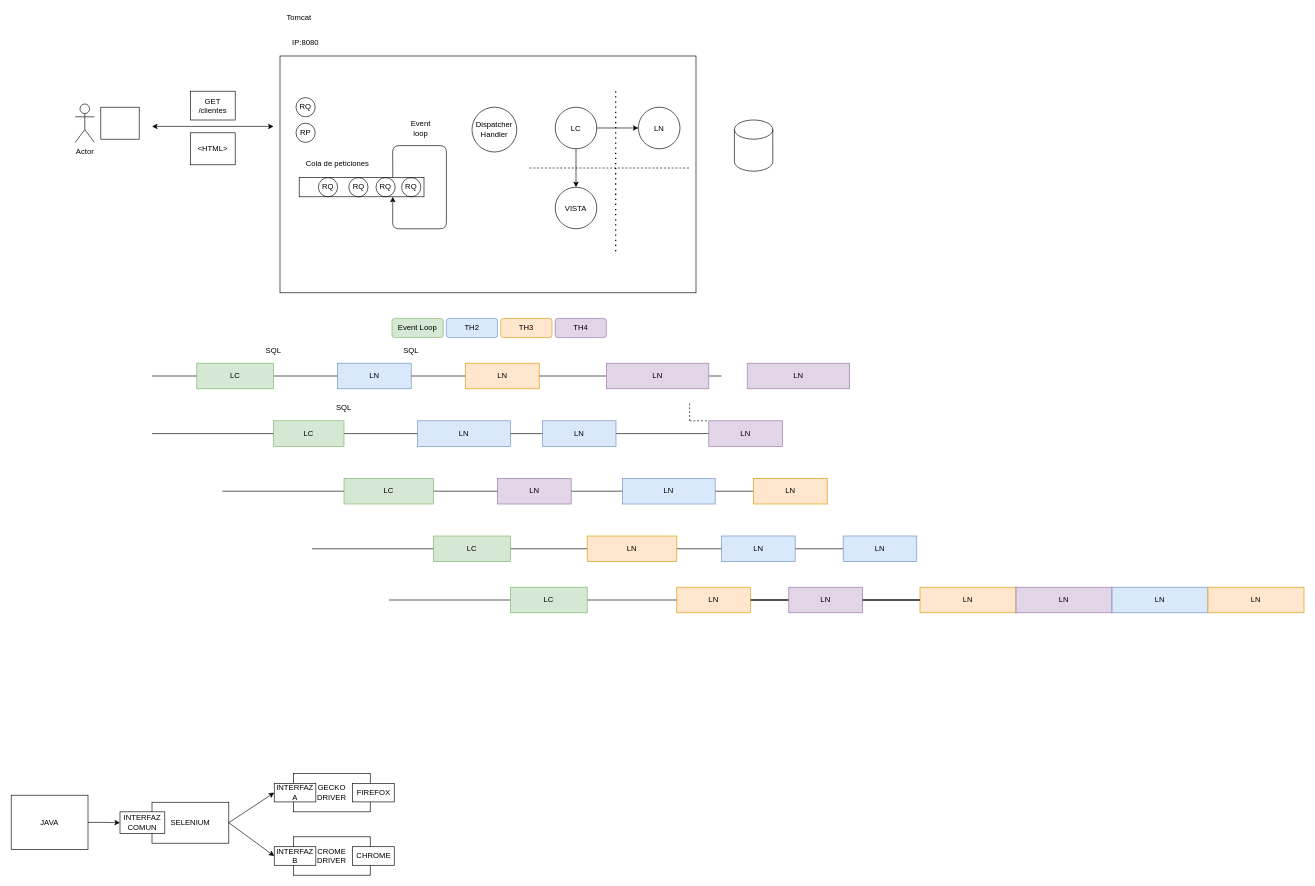
Before: page "Página-2" (2 of 5) of webflux_mutua.drawio in lrag/WebFlux, a draw.io diagram. Source tidied: cells renumbered, new cells numbered last; positions are measured from the earlier drawing's top-left corner, leaving out a move shared by most shapes. Both pictures are drawn from the tidied source at 64%, with x=0, y=0 at pixel (11, 11).
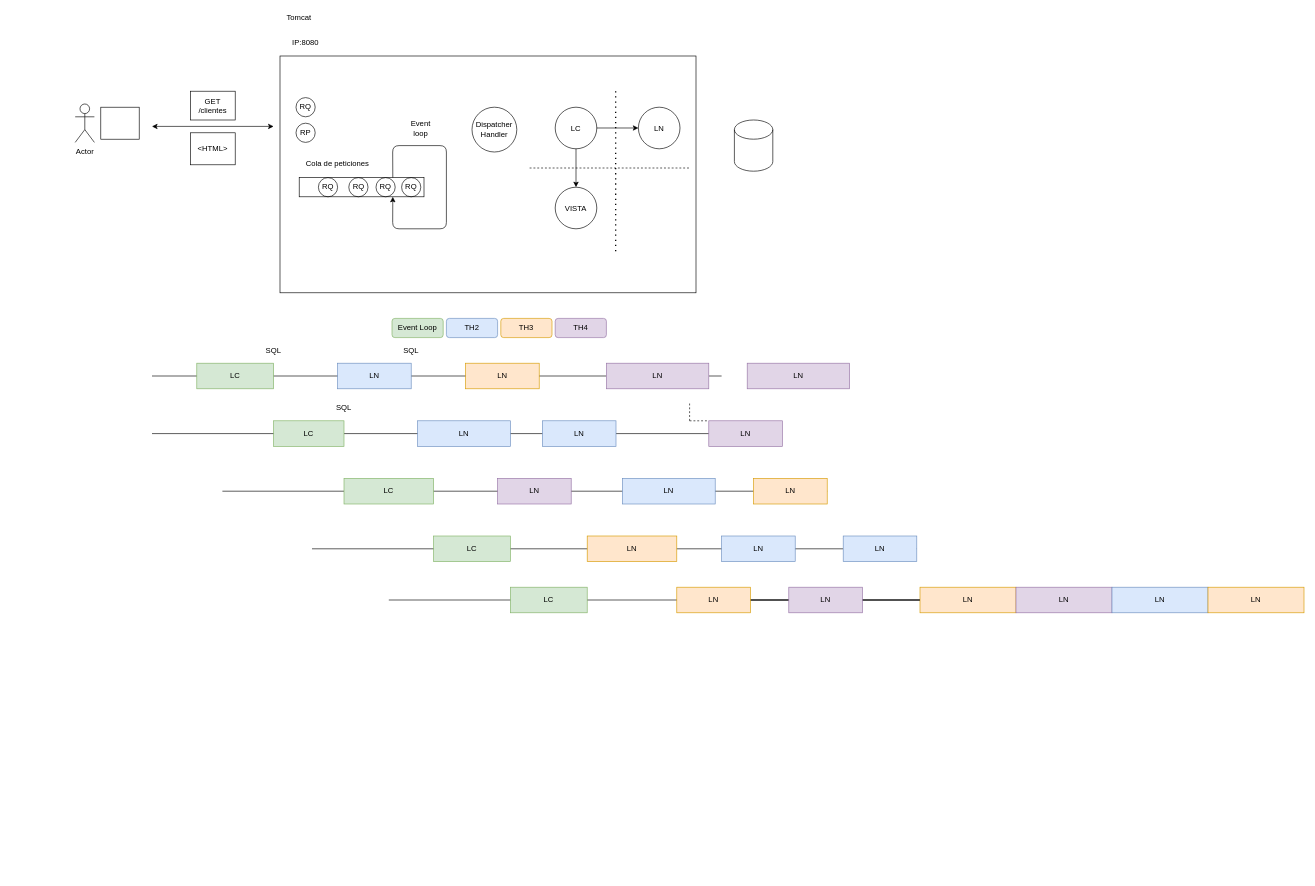
After the change.

Diff of the diagram source:
```diff
@@
-    <mxCell id="72" style="rounded=0;whiteSpace=wrap;html=1;fillColor=none;" parent="1" vertex="1">
-      <mxGeometry x="441" y="1191" width="120" height="60" as="geometry" />
-    </mxCell>
-    <mxCell id="73" value="FIREFOX" style="rounded=0;whiteSpace=wrap;html=1;" parent="1" vertex="1">
-      <mxGeometry x="533.5" y="1206.5" width="65" height="29" as="geometry" />
-    </mxCell>
-    <mxCell id="74" value="INTERFAZ&lt;br&gt;A" style="rounded=0;whiteSpace=wrap;html=1;" parent="1" vertex="1">
-      <mxGeometry x="411" y="1206.5" width="65" height="29" as="geometry" />
-    </mxCell>
-    <mxCell id="75" style="rounded=0;whiteSpace=wrap;html=1;fillColor=none;" parent="1" vertex="1">
-      <mxGeometry x="441" y="1290" width="120" height="60" as="geometry" />
-    </mxCell>
-    <mxCell id="76" value="CHROME" style="rounded=0;whiteSpace=wrap;html=1;" parent="1" vertex="1">
-      <mxGeometry x="533.5" y="1305.5" width="65" height="29" as="geometry" />
-    </mxCell>
-    <mxCell id="77" value="INTERFAZ&lt;br&gt;B" style="rounded=0;whiteSpace=wrap;html=1;" parent="1" vertex="1">
-      <mxGeometry x="411" y="1305.5" width="65" height="29" as="geometry" />
-    </mxCell>
-    <mxCell id="78" value="SELENIUM" style="rounded=0;whiteSpace=wrap;html=1;fillColor=#ffffff;" parent="1" vertex="1">
-      <mxGeometry x="220" y="1236" width="120" height="64" as="geometry" />
-    </mxCell>
-    <mxCell id="79" style="endArrow=classic;html=1;exitX=1;exitY=0.5;exitDx=0;exitDy=0;entryX=0;entryY=0.5;entryDx=0;entryDy=0;" parent="1" edge="1" source="78" target="74">
-      <mxGeometry relative="1" as="geometry" />
-    </mxCell>
-    <mxCell id="80" style="endArrow=classic;html=1;exitX=1;exitY=0.5;exitDx=0;exitDy=0;entryX=0;entryY=0.5;entryDx=0;entryDy=0;" parent="1" edge="1" source="78" target="77">
-      <mxGeometry relative="1" as="geometry" />
-    </mxCell>
-    <mxCell id="81" value="GECKO&lt;br&gt;DRIVER" style="text;html=1;strokeColor=none;fillColor=none;align=center;verticalAlign=middle;whiteSpace=wrap;rounded=0;" parent="1" vertex="1">
-      <mxGeometry x="481" y="1211" width="40" height="20" as="geometry" />
-    </mxCell>
-    <mxCell id="82" value="CROME&lt;br&gt;DRIVER" style="text;html=1;strokeColor=none;fillColor=none;align=center;verticalAlign=middle;whiteSpace=wrap;rounded=0;" parent="1" vertex="1">
-      <mxGeometry x="481" y="1310" width="40" height="20" as="geometry" />
-    </mxCell>
-    <mxCell id="83" value="INTERFAZ&lt;br&gt;COMUN" style="rounded=0;whiteSpace=wrap;html=1;fillColor=#ffffff;" parent="1" vertex="1">
-      <mxGeometry x="170" y="1251" width="70" height="34" as="geometry" />
-    </mxCell>
-    <mxCell id="84" style="edgeStyle=orthogonalEdgeStyle;rounded=0;jettySize=auto;html=1;" parent="1" edge="1" source="85" target="83">
-      <mxGeometry relative="1" as="geometry" />
-    </mxCell>
-    <mxCell id="85" value="JAVA" style="rounded=0;whiteSpace=wrap;html=1;fillColor=#ffffff;" parent="1" vertex="1">
-      <mxGeometry y="1225" width="120" height="85" as="geometry" />
-    </mxCell>
```
